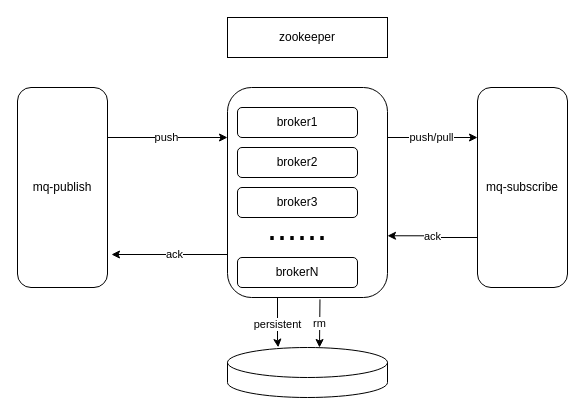
coding-now/forte-runtime keeps this draw.io diagram as mq-architect.drawio. Above is the earlier version. Source tidied: cells renumbered, new cells numbered last; positions are measured from the earlier drawing's top-left corner, leaving out a move shared by most shapes. Both pictures are drawn from the tidied source at 100%, with x=0, y=0 at pixel (17, 17).
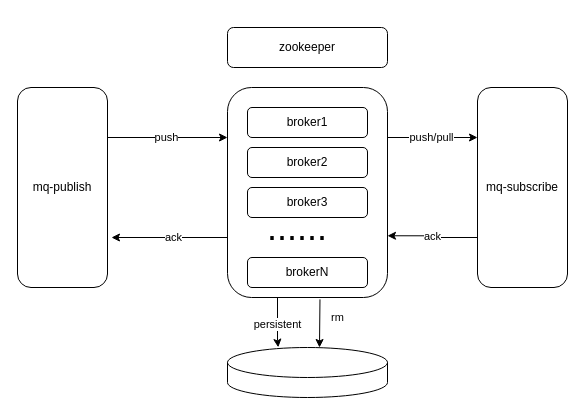
The same page after the edit.

Unchanged cells that the change refers to:
```xml
<mxCell id="6" style="rounded=1;whiteSpace=wrap;html=1;" parent="1" vertex="1">
  <mxGeometry x="210" y="70" width="160" height="210" as="geometry" />
</mxCell>
```

Diff of the diagram source:
```diff
@@
     <mxCell id="3" value="ack" style="edgeStyle=orthogonalEdgeStyle;rounded=0;jettySize=auto;html=1;exitX=0;exitY=0.75;exitDx=0;exitDy=0;" parent="1" edge="1" source="6">
       <mxGeometry relative="1" as="geometry">
-        <mxPoint x="94" y="237" as="targetPoint" />
+        <mxPoint x="94" y="220" as="targetPoint" />
         <Array as="points">
-          <mxPoint x="210" y="237" />
+          <mxPoint x="210" y="220" />
+          <mxPoint x="94" y="220" />
         </Array>
       </mxGeometry>
     </mxCell>
@@
-    <mxCell id="10" value="zookeeper" style="rounded=0;whiteSpace=wrap;html=1;" parent="1" vertex="1">
-      <mxGeometry x="210" width="160" height="40" as="geometry" />
-    </mxCell>
     <mxCell id="11" value="rm" style="endArrow=classic;html=1;exitX=0.578;exitY=1.009;exitDx=0;exitDy=0;exitPerimeter=0;" parent="1" edge="1" source="6">
-      <mxGeometry relative="1" as="geometry">
+      <mxGeometry x="-0.25" y="18" relative="1" as="geometry">
         <mxPoint x="302" y="330" as="targetPoint" />
       </mxGeometry>
     </mxCell>
@@
     <mxCell id="13" value="broker1" style="rounded=1;whiteSpace=wrap;html=1;" parent="1" vertex="1">
-      <mxGeometry x="220" y="90" width="120" height="30" as="geometry" />
+      <mxGeometry x="230" y="90" width="120" height="30" as="geometry" />
     </mxCell>
     <mxCell id="14" value="broker2" style="rounded=1;whiteSpace=wrap;html=1;" parent="1" vertex="1">
-      <mxGeometry x="220" y="130" width="120" height="30" as="geometry" />
+      <mxGeometry x="230" y="130" width="120" height="30" as="geometry" />
     </mxCell>
     <mxCell id="15" value="broker3" style="rounded=1;whiteSpace=wrap;html=1;" parent="1" vertex="1">
-      <mxGeometry x="220" y="170" width="120" height="30" as="geometry" />
+      <mxGeometry x="230" y="170" width="120" height="30" as="geometry" />
     </mxCell>
     <mxCell id="16" value="brokerN" style="rounded=1;whiteSpace=wrap;html=1;" parent="1" vertex="1">
-      <mxGeometry x="220" y="240" width="120" height="30" as="geometry" />
+      <mxGeometry x="230" y="240" width="120" height="30" as="geometry" />
     </mxCell>
@@
+    <mxCell id="10" value="zookeeper" style="rounded=1;whiteSpace=wrap;html=1;" parent="1" vertex="1">
+      <mxGeometry x="210" y="10" width="160" height="40" as="geometry" />
+    </mxCell>
```
